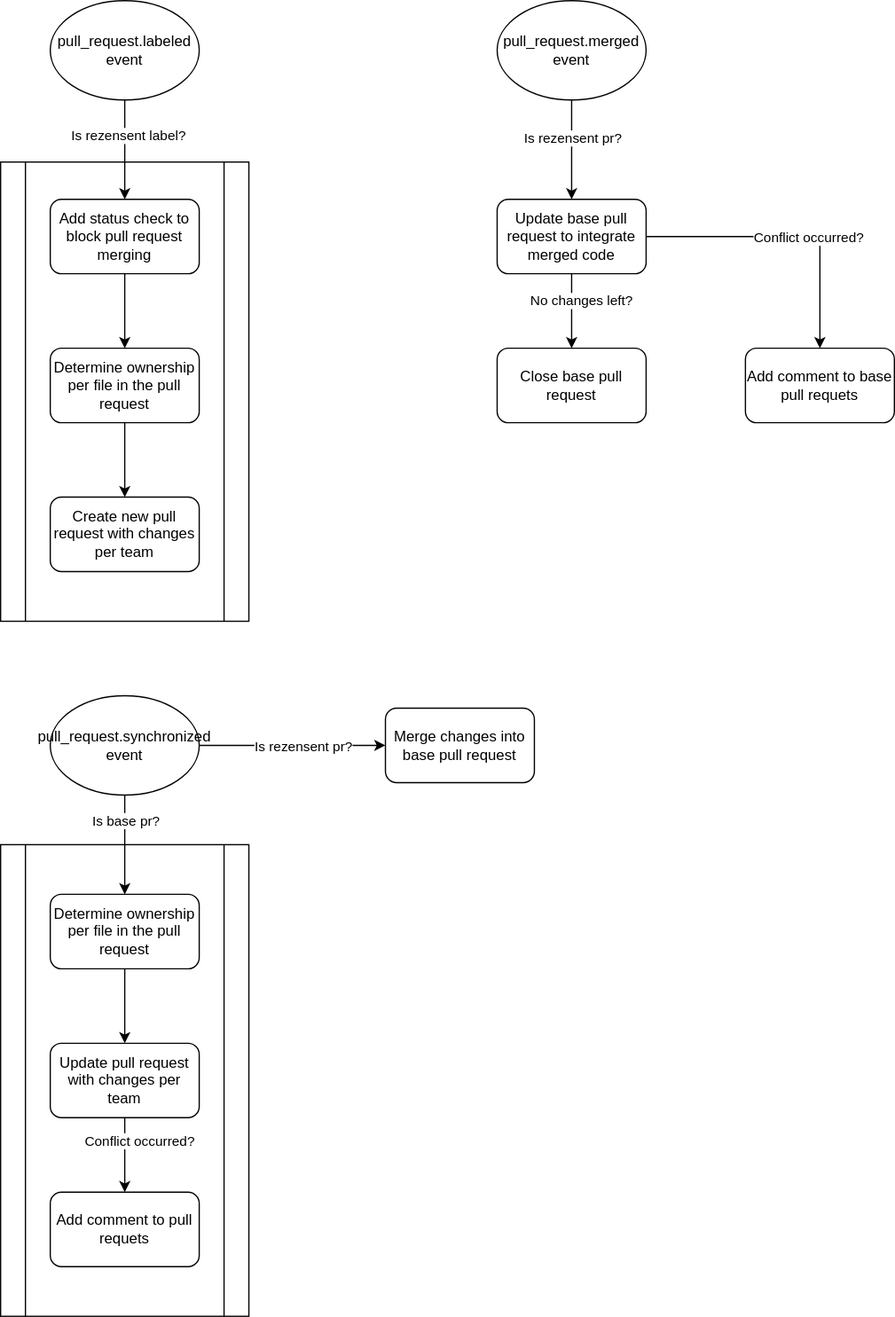
Earlier version of the draw.io export docs/process.drawio.svg (KnisterPeter/rezensent). Source tidied: cells renumbered, new cells last; positions are measured from the earlier drawing's top-left corner, leaving out a move shared by most shapes. Its diagram source:
```xml
<mxGraphModel>
  <root>
    <mxCell id="0" />
    <mxCell id="1" parent="0" />
    <mxCell id="2" style="shape=process;whiteSpace=wrap;html=1;backgroundOutline=1;" parent="1" vertex="1">
      <mxGeometry y="680" width="200" height="380" as="geometry" />
    </mxCell>
    <mxCell id="3" style="shape=process;whiteSpace=wrap;html=1;backgroundOutline=1;" parent="1" vertex="1">
      <mxGeometry y="130" width="200" height="370" as="geometry" />
    </mxCell>
    <mxCell id="4" style="edgeStyle=orthogonalEdgeStyle;rounded=0;jettySize=auto;html=1;entryX=0.5;entryY=0;entryDx=0;entryDy=0;" parent="1" edge="1" source="5" target="7">
      <mxGeometry relative="1" as="geometry" />
    </mxCell>
    <mxCell id="5" value="Add status check to block pull request merging" style="rounded=1;whiteSpace=wrap;html=1;" parent="1" vertex="1">
      <mxGeometry x="40" y="160" width="120" height="60" as="geometry" />
    </mxCell>
    <mxCell id="6" style="edgeStyle=orthogonalEdgeStyle;rounded=0;jettySize=auto;html=1;entryX=0.5;entryY=0;entryDx=0;entryDy=0;" parent="1" edge="1" source="7" target="8">
      <mxGeometry relative="1" as="geometry" />
    </mxCell>
    <mxCell id="7" value="Determine ownership per file in the pull request" style="rounded=1;whiteSpace=wrap;html=1;" parent="1" vertex="1">
      <mxGeometry x="40" y="280" width="120" height="60" as="geometry" />
    </mxCell>
    <mxCell id="8" value="Create new pull request with changes per team" style="rounded=1;whiteSpace=wrap;html=1;" parent="1" vertex="1">
      <mxGeometry x="40" y="400" width="120" height="60" as="geometry" />
    </mxCell>
    <mxCell id="9" style="edgeStyle=orthogonalEdgeStyle;rounded=0;jettySize=auto;html=1;entryX=0.5;entryY=0;entryDx=0;entryDy=0;" parent="1" edge="1" source="13" target="14">
      <mxGeometry relative="1" as="geometry" />
    </mxCell>
    <mxCell id="10" value="No changes left?" style="edgeLabel;html=1;align=center;verticalAlign=middle;" parent="9" vertex="1">
      <mxGeometry x="-0.24" y="-2" relative="1" as="geometry">
        <mxPoint x="9" y="-2" as="offset" />
      </mxGeometry>
    </mxCell>
    <mxCell id="11" style="edgeStyle=orthogonalEdgeStyle;rounded=0;jettySize=auto;html=1;" parent="1" edge="1" source="13" target="21">
      <mxGeometry relative="1" as="geometry" />
    </mxCell>
    <mxCell id="12" value="Conflict occurred?" style="edgeLabel;html=1;align=center;verticalAlign=middle;" parent="11" vertex="1">
      <mxGeometry x="-0.27" y="1" relative="1" as="geometry">
        <mxPoint x="46" y="1" as="offset" />
      </mxGeometry>
    </mxCell>
    <mxCell id="13" value="Update base pull request to integrate merged code" style="rounded=1;whiteSpace=wrap;html=1;" parent="1" vertex="1">
      <mxGeometry x="400" y="160" width="120" height="60" as="geometry" />
    </mxCell>
    <mxCell id="14" value="Close base pull request" style="rounded=1;whiteSpace=wrap;html=1;" parent="1" vertex="1">
      <mxGeometry x="400" y="280" width="120" height="60" as="geometry" />
    </mxCell>
    <mxCell id="15" style="edgeStyle=orthogonalEdgeStyle;rounded=0;jettySize=auto;html=1;entryX=0.5;entryY=0;entryDx=0;entryDy=0;" parent="1" edge="1" source="17" target="5">
      <mxGeometry relative="1" as="geometry" />
    </mxCell>
    <mxCell id="16" value="Is rezensent label?" style="edgeLabel;html=1;align=center;verticalAlign=middle;" parent="15" vertex="1">
      <mxGeometry x="-0.3" y="2" relative="1" as="geometry" />
    </mxCell>
    <mxCell id="17" value="pull_request.labeled event" style="ellipse;whiteSpace=wrap;html=1;" parent="1" vertex="1">
      <mxGeometry x="40" width="120" height="80" as="geometry" />
    </mxCell>
    <mxCell id="18" style="edgeStyle=orthogonalEdgeStyle;rounded=0;jettySize=auto;html=1;entryX=0.5;entryY=0;entryDx=0;entryDy=0;" parent="1" edge="1" source="20" target="13">
      <mxGeometry relative="1" as="geometry" />
    </mxCell>
    <mxCell id="19" value="Is rezensent pr?" style="edgeLabel;html=1;align=center;verticalAlign=middle;" parent="18" vertex="1">
      <mxGeometry x="-0.24" relative="1" as="geometry" />
    </mxCell>
    <mxCell id="20" value="pull_request.merged event" style="ellipse;whiteSpace=wrap;html=1;" parent="1" vertex="1">
      <mxGeometry x="400" width="120" height="80" as="geometry" />
    </mxCell>
    <mxCell id="21" value="Add comment to base pull requets" style="whiteSpace=wrap;html=1;rounded=1;" parent="1" vertex="1">
      <mxGeometry x="600" y="280" width="120" height="60" as="geometry" />
    </mxCell>
    <mxCell id="22" style="edgeStyle=orthogonalEdgeStyle;rounded=0;jettySize=auto;html=1;entryX=0.5;entryY=0;entryDx=0;entryDy=0;" parent="1" edge="1" source="26" target="28">
      <mxGeometry relative="1" as="geometry" />
    </mxCell>
    <mxCell id="23" value="Is base pr?" style="edgeLabel;html=1;align=center;verticalAlign=middle;" parent="22" vertex="1">
      <mxGeometry x="-0.25" y="-2" relative="1" as="geometry">
        <mxPoint x="2" y="-10" as="offset" />
      </mxGeometry>
    </mxCell>
    <mxCell id="24" style="edgeStyle=orthogonalEdgeStyle;rounded=0;jettySize=auto;html=1;entryX=0;entryY=0.5;entryDx=0;entryDy=0;" parent="1" edge="1" source="26" target="33">
      <mxGeometry relative="1" as="geometry" />
    </mxCell>
    <mxCell id="25" value="Is rezensent pr?" style="edgeLabel;html=1;align=center;verticalAlign=middle;" parent="24" vertex="1">
      <mxGeometry x="-0.33" y="-3" relative="1" as="geometry">
        <mxPoint x="33" y="-3" as="offset" />
      </mxGeometry>
    </mxCell>
    <mxCell id="26" value="pull_request.synchronized event&lt;br&gt;" style="ellipse;whiteSpace=wrap;html=1;direction=west;" parent="1" vertex="1">
      <mxGeometry x="40" y="560" width="120" height="80" as="geometry" />
    </mxCell>
    <mxCell id="27" style="edgeStyle=orthogonalEdgeStyle;rounded=0;jettySize=auto;html=1;entryX=0.5;entryY=0;entryDx=0;entryDy=0;" parent="1" edge="1" source="28" target="31">
      <mxGeometry relative="1" as="geometry" />
    </mxCell>
    <mxCell id="28" value="&lt;span&gt;Determine ownership per file in the pull request&lt;/span&gt;" style="rounded=1;whiteSpace=wrap;html=1;" parent="1" vertex="1">
      <mxGeometry x="40" y="720" width="120" height="60" as="geometry" />
    </mxCell>
    <mxCell id="29" style="edgeStyle=orthogonalEdgeStyle;rounded=0;jettySize=auto;html=1;" parent="1" edge="1" source="31" target="32">
      <mxGeometry relative="1" as="geometry" />
    </mxCell>
    <mxCell id="30" value="Conflict occurred?" style="edgeLabel;html=1;align=center;verticalAlign=middle;" parent="29" vertex="1">
      <mxGeometry x="-0.3" y="-3" relative="1" as="geometry">
        <mxPoint x="14" y="-3" as="offset" />
      </mxGeometry>
    </mxCell>
    <mxCell id="31" value="Update pull request with changes per team" style="rounded=1;whiteSpace=wrap;html=1;" parent="1" vertex="1">
      <mxGeometry x="40" y="840" width="120" height="60" as="geometry" />
    </mxCell>
    <mxCell id="32" value="&lt;span&gt;Add comment to pull requets&lt;/span&gt;" style="whiteSpace=wrap;html=1;rounded=1;" parent="1" vertex="1">
      <mxGeometry x="40" y="960" width="120" height="60" as="geometry" />
    </mxCell>
    <mxCell id="33" value="Merge changes into base pull request" style="rounded=1;whiteSpace=wrap;html=1;" parent="1" vertex="1">
      <mxGeometry x="310" y="570" width="120" height="60" as="geometry" />
    </mxCell>
  </root>
</mxGraphModel>
```
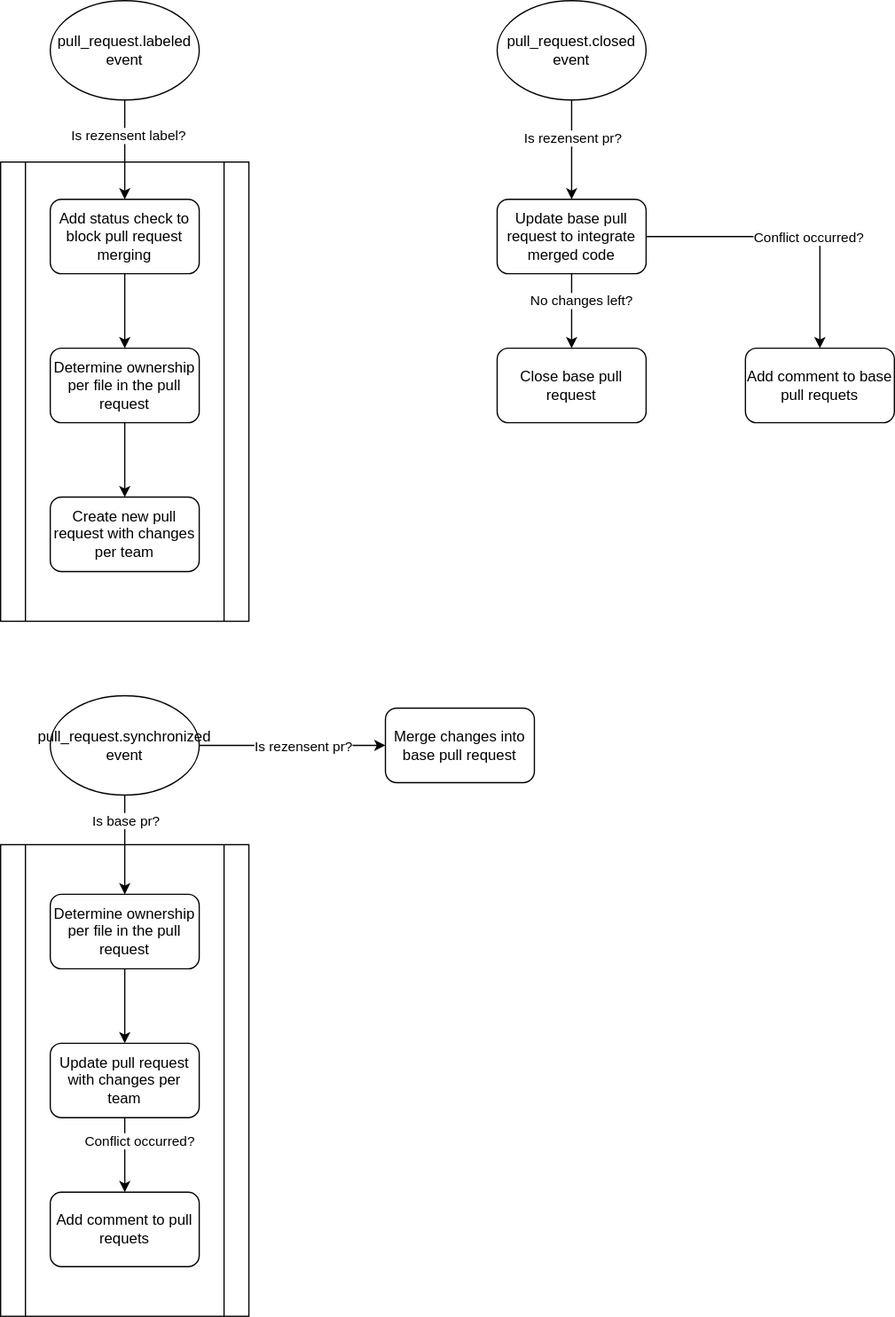
After the change.

Commit message:
docs: correct workflow

What changed in the source:
```diff
@@ -60,7 +60,7 @@
     <mxCell id="19" value="Is rezensent pr?" style="edgeLabel;html=1;align=center;verticalAlign=middle;" parent="18" vertex="1">
       <mxGeometry x="-0.24" relative="1" as="geometry" />
     </mxCell>
-    <mxCell id="20" value="pull_request.merged event" style="ellipse;whiteSpace=wrap;html=1;" parent="1" vertex="1">
+    <mxCell id="20" value="pull_request.closed event" style="ellipse;whiteSpace=wrap;html=1;" parent="1" vertex="1">
       <mxGeometry x="400" width="120" height="80" as="geometry" />
     </mxCell>
     <mxCell id="21" value="Add comment to base pull requets" style="whiteSpace=wrap;html=1;rounded=1;" parent="1" vertex="1">
```
